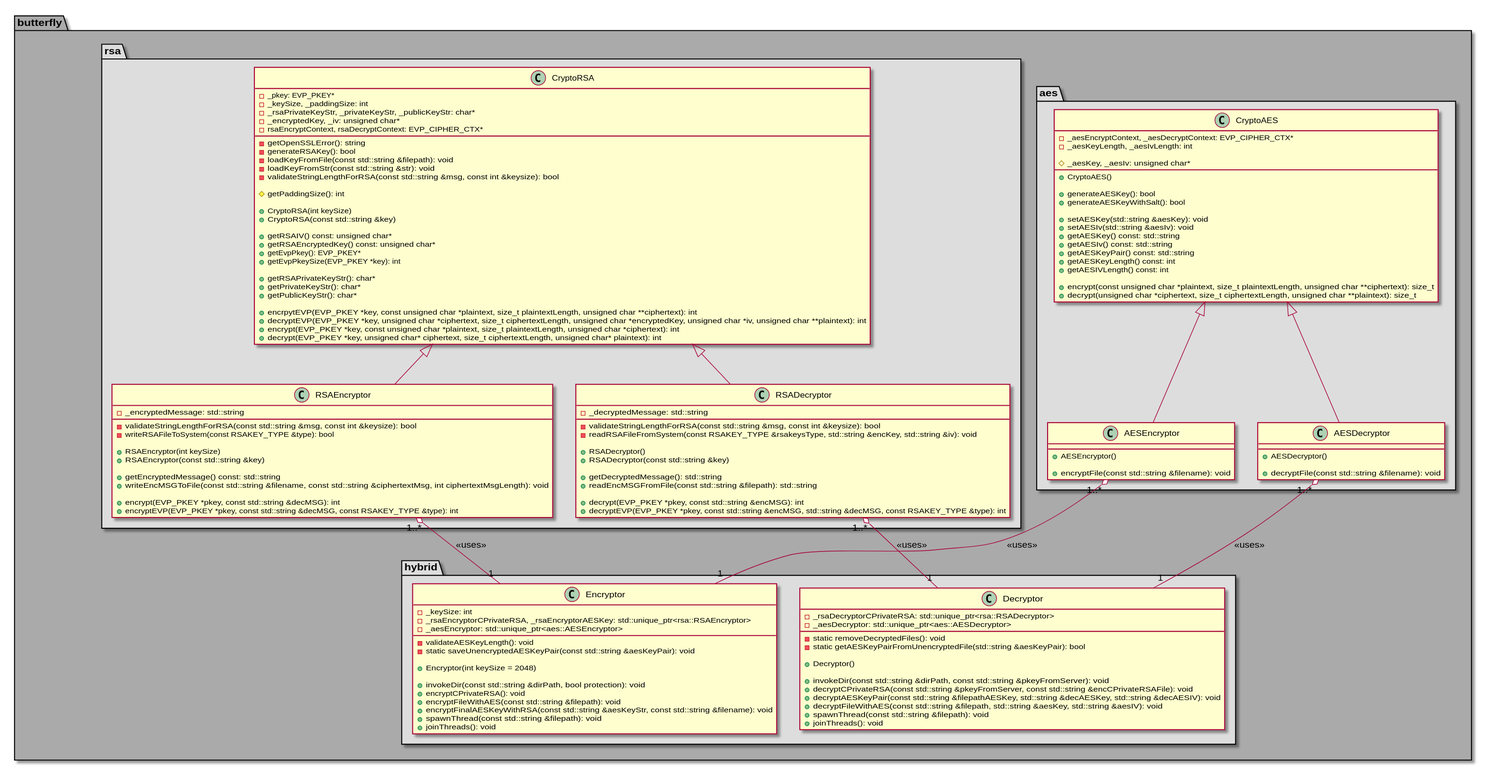
The PlantUML diagram architecture/class_diagrams/crypto/hybrid.svg in bierschi/butterfly, before a commit.
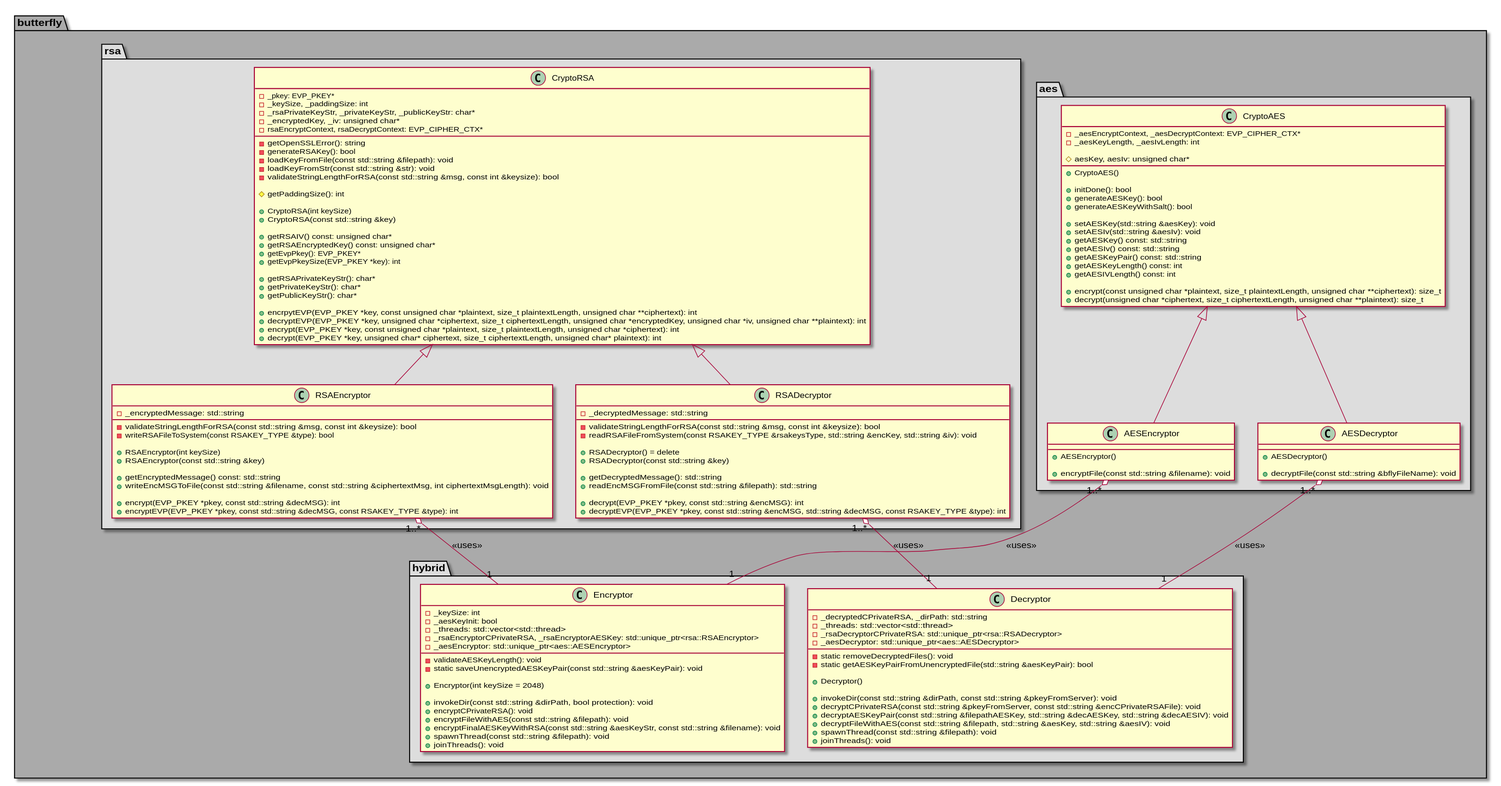
Later version of the same file.

Diff of the diagram source:
```diff
@@ -10,10 +10,11 @@
         - _aesEncryptContext, _aesDecryptContext: EVP_CIPHER_CTX*
         - _aesKeyLength, _aesIvLength: int
 
-        # _aesKey, _aesIv: unsigned char*
+        # aesKey, aesIv: unsigned char*
 
         + CryptoAES()
 
+        + initDone(): bool
         + generateAESKey(): bool
         + generateAESKeyWithSalt(): bool
 
@@ -42,7 +43,7 @@
     {
         + AESDecryptor()
 
-        + decryptFile(const std::string &filename): void
+        + decryptFile(const std::string &bflyFileName): void
     }
 
 }
@@ -103,10 +104,11 @@
     class RSADecryptor
     {
         - _decryptedMessage: std::string
+
         - validateStringLengthForRSA(const std::string &msg, const int &keysize): bool
         - readRSAFileFromSystem(const RSAKEY_TYPE &rsakeysType, std::string &encKey, std::string &iv): void
 
-        + RSADecryptor()
+        + RSADecryptor() = delete
         + RSADecryptor(const std::string &key)
 
         + getDecryptedMessage(): std::string
@@ -123,6 +125,8 @@
     class Encryptor
     {
         - _keySize: int
+        - _aesKeyInit: bool
+        - _threads: std::vector<std::thread>
         - _rsaEncryptorCPrivateRSA, _rsaEncryptorAESKey: std::unique_ptr<rsa::RSAEncryptor>
         - _aesEncryptor: std::unique_ptr<aes::AESEncryptor>
 
@@ -141,6 +145,8 @@
 
     class Decryptor
     {
+        - _decryptedCPrivateRSA, _dirPath: std::string
+        - _threads: std::vector<std::thread>
         - _rsaDecryptorCPrivateRSA: std::unique_ptr<rsa::RSADecryptor>
         - _aesDecryptor: std::unique_ptr<aes::AESDecryptor>
 
```
